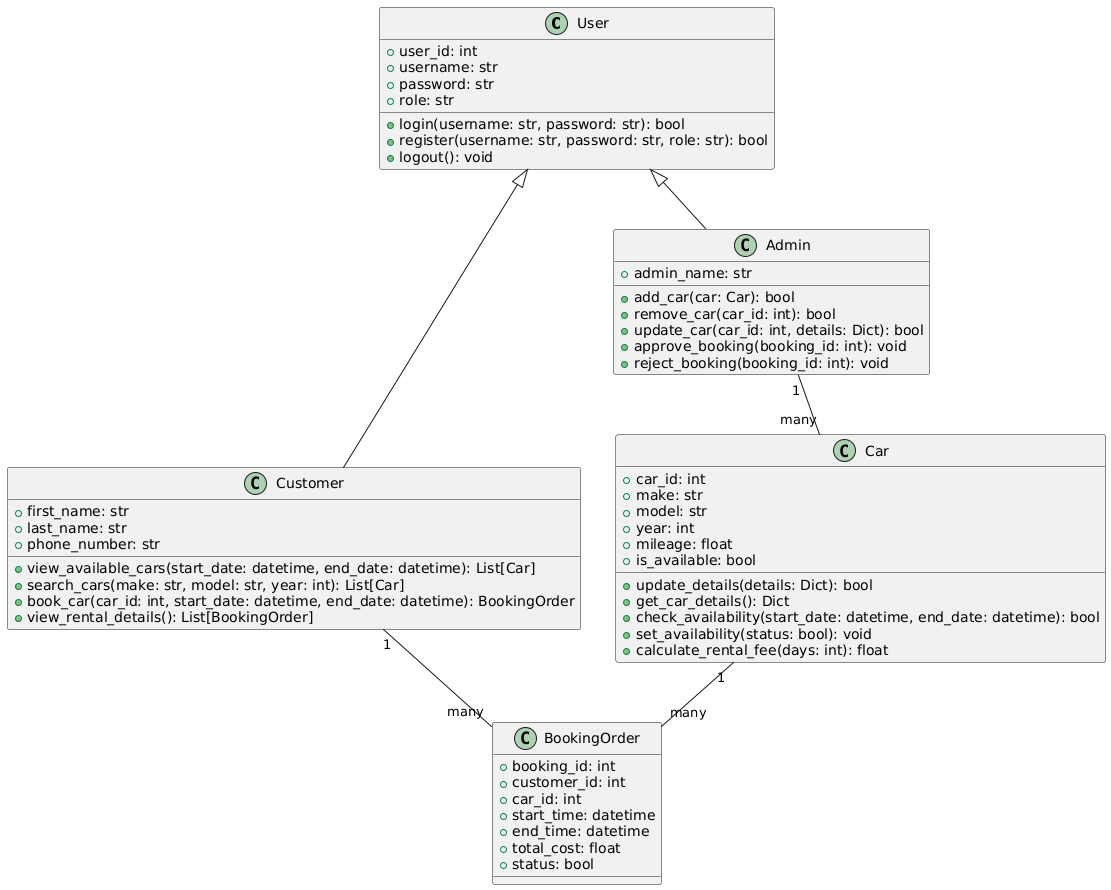
Before: Car Rental System/classcase.png, a diagram exported from PlantUML (hezhuoyao2000/Car-Rental-System). Source of this version:
```plantuml
@startuml
class User {
  +user_id: int
  +username: str
  +password: str
  +role: str
  +login(username: str, password: str): bool
  +register(username: str, password: str, role: str): bool
  +logout(): void
}

class Customer {
  +first_name: str
  +last_name: str
  +phone_number: str
  +view_available_cars(start_date: datetime, end_date: datetime): List[Car]
  +search_cars(make: str, model: str, year: int): List[Car]
  +book_car(car_id: int, start_date: datetime, end_date: datetime): BookingOrder
  +view_rental_details(): List[BookingOrder]
}

class Admin {
  +admin_name: str
  +add_car(car: Car): bool
  +remove_car(car_id: int): bool
  +update_car(car_id: int, details: Dict): bool
  +approve_booking(booking_id: int): void
  +reject_booking(booking_id: int): void
}

class Car {
  +car_id: int
  +make: str
  +model: str
  +year: int
  +mileage: float
  +is_available: bool
  +update_details(details: Dict): bool
  +get_car_details(): Dict
  +check_availability(start_date: datetime, end_date: datetime): bool
  +set_availability(status: bool): void
  +calculate_rental_fee(days: int): float
}

class BookingOrder {
  +booking_id: int
  +customer_id: int
  +car_id: int
  +start_time: datetime
  +end_time: datetime
  +total_cost: float
  +status: bool
}

User <|-- Customer
User <|-- Admin
Customer "1" -- "many" BookingOrder
Admin "1" -- "many" Car
Car "1" -- "many" BookingOrder
@enduml
```
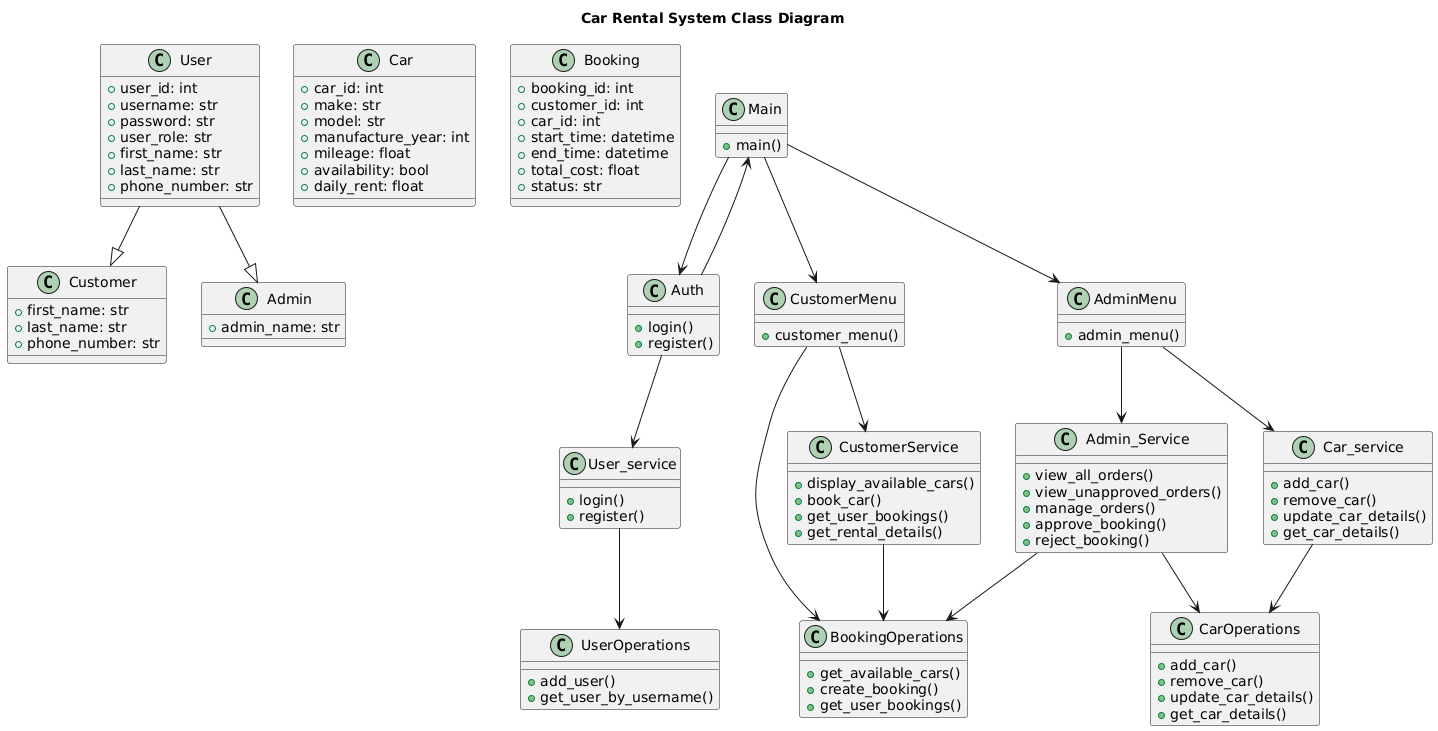
Later version of the same file.

Diff of the diagram source:
```diff
@@ -1,60 +1,126 @@
 @startuml
+title Car Rental System Class Diagram
+
 class User {
-  +user_id: int
-  +username: str
-  +password: str
-  +role: str
-  +login(username: str, password: str): bool
-  +register(username: str, password: str, role: str): bool
-  +logout(): void
+    +user_id: int
+    +username: str
+    +password: str
+    +user_role: str
+    +first_name: str
+    +last_name: str
+    +phone_number: str
 }
 
 class Customer {
-  +first_name: str
-  +last_name: str
-  +phone_number: str
-  +view_available_cars(start_date: datetime, end_date: datetime): List[Car]
-  +search_cars(make: str, model: str, year: int): List[Car]
-  +book_car(car_id: int, start_date: datetime, end_date: datetime): BookingOrder
-  +view_rental_details(): List[BookingOrder]
+    +first_name: str
+    +last_name: str
+    +phone_number: str
 }
 
 class Admin {
-  +admin_name: str
-  +add_car(car: Car): bool
-  +remove_car(car_id: int): bool
-  +update_car(car_id: int, details: Dict): bool
-  +approve_booking(booking_id: int): void
-  +reject_booking(booking_id: int): void
+    +admin_name: str
 }
 
 class Car {
-  +car_id: int
-  +make: str
-  +model: str
-  +year: int
-  +mileage: float
-  +is_available: bool
-  +update_details(details: Dict): bool
-  +get_car_details(): Dict
-  +check_availability(start_date: datetime, end_date: datetime): bool
-  +set_availability(status: bool): void
-  +calculate_rental_fee(days: int): float
+    +car_id: int
+    +make: str
+    +model: str
+    +manufacture_year: int
+    +mileage: float
+    +availability: bool
+    +daily_rent: float
 }
 
-class BookingOrder {
-  +booking_id: int
-  +customer_id: int
-  +car_id: int
-  +start_time: datetime
-  +end_time: datetime
-  +total_cost: float
-  +status: bool
+class Booking {
+    +booking_id: int
+    +customer_id: int
+    +car_id: int
+    +start_time: datetime
+    +end_time: datetime
+    +total_cost: float
+    +status: str
 }
 
-User <|-- Customer
-User <|-- Admin
-Customer "1" -- "many" BookingOrder
-Admin "1" -- "many" Car
-Car "1" -- "many" BookingOrder
+class Main {
+    +main()
+}
+
+class Auth {
+    +login()
+    +register()
+}
+
+class CustomerMenu {
+    +customer_menu()
+}
+
+class AdminMenu {
+    +admin_menu()
+}
+
+class UserOperations {
+    +add_user()
+    +get_user_by_username()
+}
+
+class CarOperations {
+    +add_car()
+    +remove_car()
+    +update_car_details()
+    +get_car_details()
+}
+
+class BookingOperations {
+    +get_available_cars()
+    +create_booking()
+    +get_user_bookings()
+}
+
+class User_service {
+    +login()
+    +register()
+}
+
+class Car_service {
+    +add_car()
+    +remove_car()
+    +update_car_details()
+    +get_car_details()
+}
+
+class CustomerService {
+    +display_available_cars()
+    +book_car()
+    +get_user_bookings()
+    +get_rental_details()
+}
+
+class Admin_Service {
+    +view_all_orders()
+    +view_unapproved_orders()
+    +manage_orders()
+    +approve_booking()
+    +reject_booking()
+}
+
+User --|> Customer
+User --|> Admin
+
+Main --> Auth
+Auth --> User_service
+Auth --> Main
+Main --> CustomerMenu
+Main --> AdminMenu
+
+CustomerMenu --> CustomerService
+CustomerMenu --> BookingOperations
+
+AdminMenu --> Car_service
+AdminMenu --> Admin_Service
+Admin_Service --> BookingOperations
+Admin_Service --> CarOperations
+
+User_service --> UserOperations
+Car_service --> CarOperations
+CustomerService --> BookingOperations
 @enduml
```
